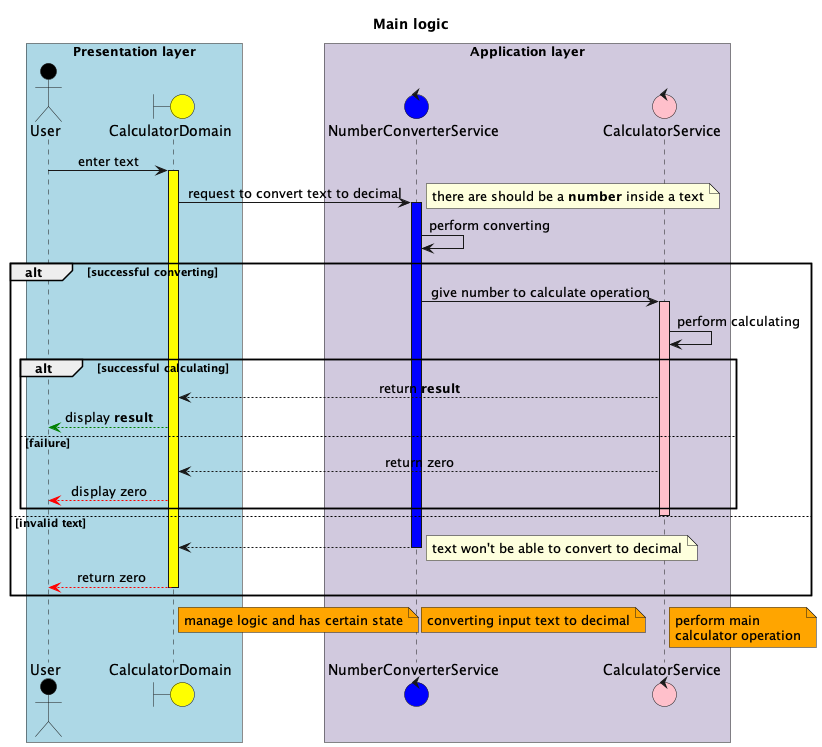
Earlier version of the PlantUML export structure.png (tarasChernysh/Calculator-TCA). Its diagram source:
```plantuml
@startuml

title Main logic

skinparam sequenceMessageAlign center
skinparam responseMessageBelowArrow true
skinparam BoxPadding 20

box "Presentation layer" #LightBlue
actor User as user #black
boundary CalculatorDomain as domain #yellow
end box

box "Application layer" #D1C9DE
control NumberConverterService as converter #blue
control CalculatorService as service #pink
end box

user -> domain: enter text
activate domain #yellow

domain -> converter: request to convert text to decimal
activate converter #blue
note right
there are should be a **number** inside a text
end note

converter -> converter: perform converting

alt successful converting
  converter -> service: give number to calculate operation
  activate service #pink

  service -> service: perform calculating

  alt successful calculating
    service --> domain: return **result**
    domain -[#green]-> user: display **result**

  else failure
    service --> domain: return zero
    domain -[#red]-> user: display zero
  end
  deactivate service

else invalid text
  converter --> domain
  note right
  text won't be able to convert to decimal
  end note
  deactivate converter
  domain -[#red]-> user: return zero
  deactivate domain
end



note right of service #orange: perform main \ncalculator operation
/ note right of converter #orange: converting input text to decimal
/ note right of domain #orange: manage logic and has certain state
@enduml
```
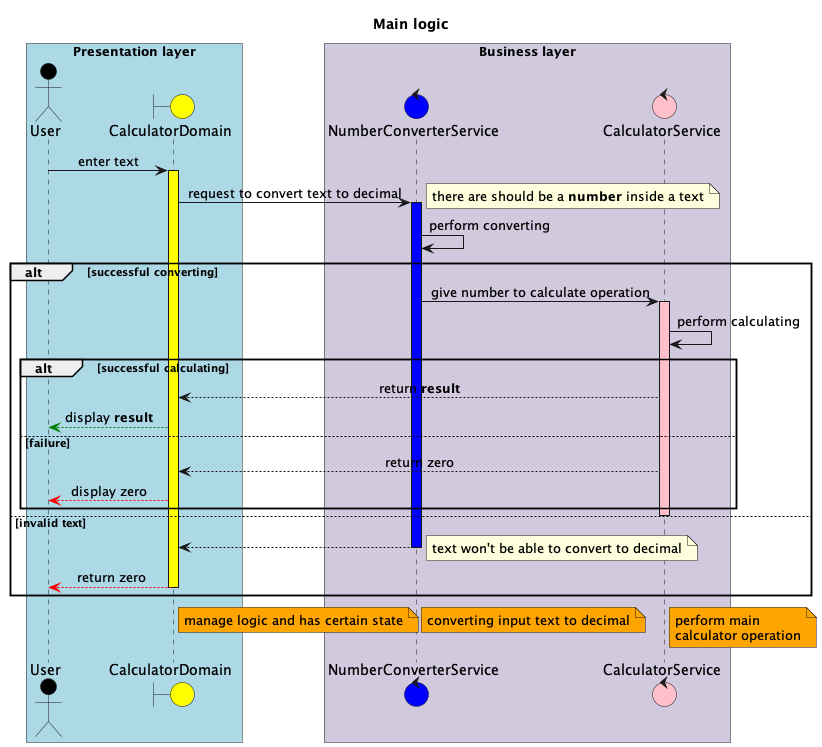
Later version of the same file.

Change to the diagram source:
```diff
@@ -11,7 +11,7 @@
 boundary CalculatorDomain as domain #yellow
 end box
 
-box "Application layer" #D1C9DE
+box "Business layer" #D1C9DE
 control NumberConverterService as converter #blue
 control CalculatorService as service #pink
 end box
```
